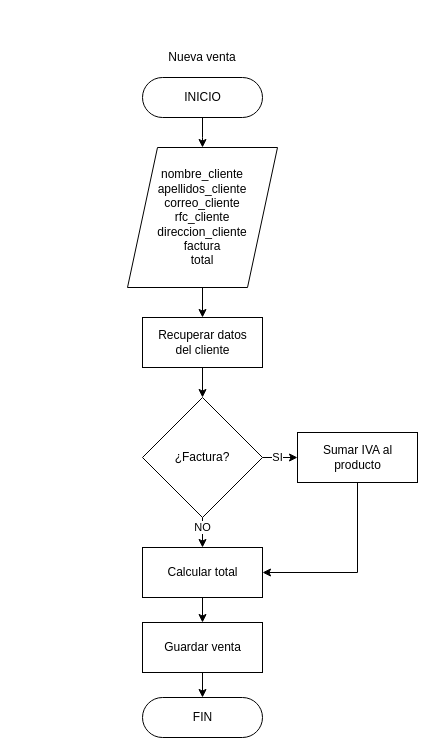
JorgeGarcia20/crud_flask keeps this draw.io diagram as page "Venta" (5 of 5) of docs/db.drawio. Above is the earlier version. Source tidied: cells renumbered, new cells numbered last; positions are measured from the earlier drawing's top-left corner, leaving out a move shared by most shapes. Both pictures are drawn from the tidied source at 100%, with x=0, y=0 at pixel (127, 47).
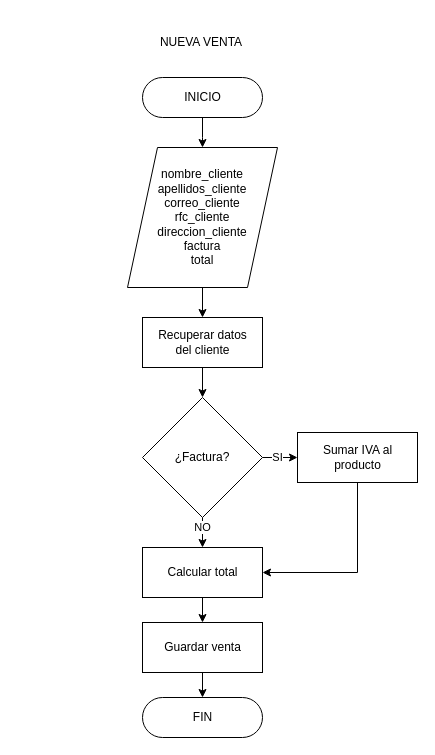
The same diagram, later.

What changed in the source:
```diff
@@
-    <mxCell id="8" value="Nueva venta" style="text;html=1;strokeColor=none;fillColor=none;align=center;verticalAlign=middle;whiteSpace=wrap;rounded=0;" parent="1" vertex="1">
-      <mxGeometry x="30" width="90" height="20" as="geometry" />
-    </mxCell>
@@
+    <mxCell id="19" value="NUEVA VENTA" style="text;html=1;strokeColor=none;fillColor=none;align=center;verticalAlign=middle;whiteSpace=wrap;rounded=0;" parent="1" vertex="1">
+      <mxGeometry x="-110" y="-30" width="368" height="50" as="geometry" />
+    </mxCell>
```
